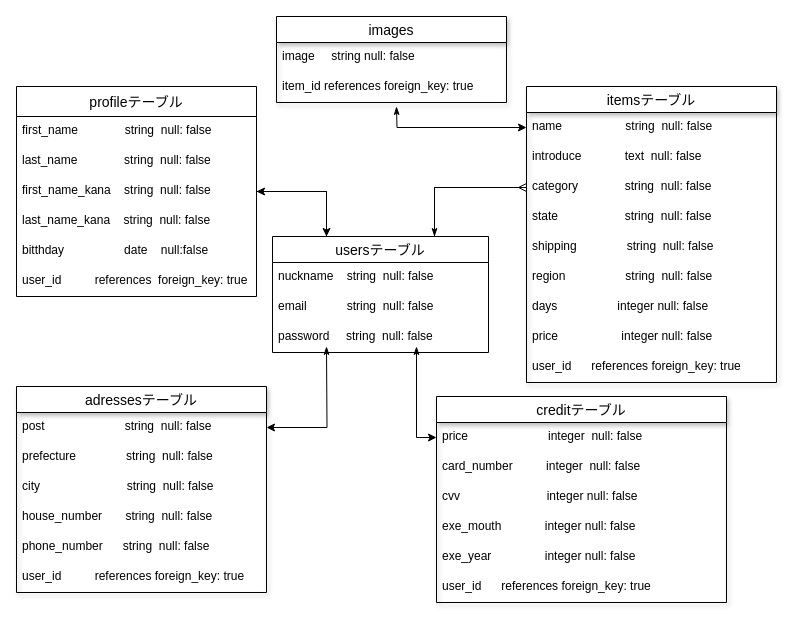
Earlier version of the draw.io diagram ER.dio (fpon/furima-34800). Source tidied: cells renumbered, new cells numbered last; positions are measured from the earlier drawing's top-left corner, leaving out a move shared by most shapes. Both pictures are drawn from the tidied source at 100%, with x=0, y=0 at pixel (16, 16).
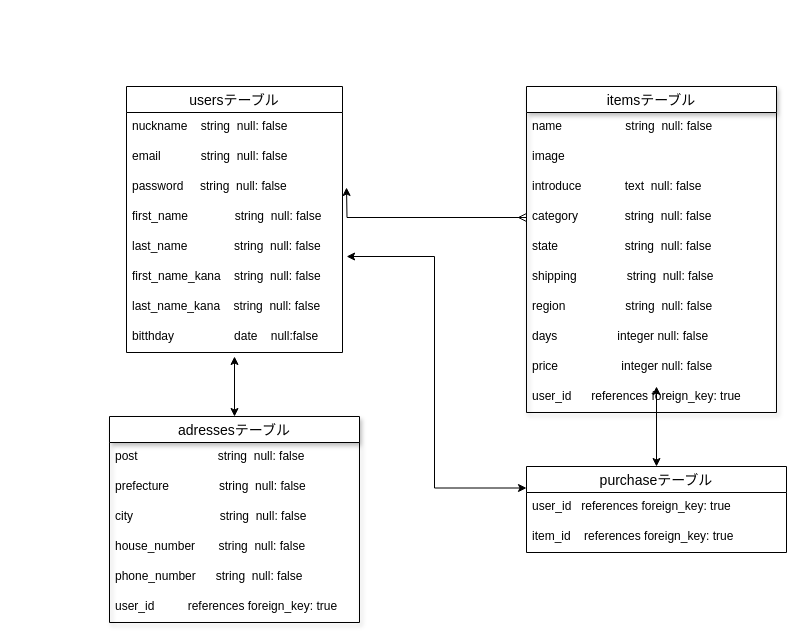
Above is the later version.

Commit message (it also covers changes not shown here):
データベース設計　修正１

The change refers to these unchanged cells:
```xml
<mxCell id="17" value="name                   string  null: false" style="text;strokeColor=none;fillColor=none;spacingLeft=4;spacingRight=4;overflow=hidden;points=[[0,0.5],[1,0.5]];portConstraint=eastwest;fontSize=12;" parent="16" vertex="1">
  <mxGeometry y="26" width="250" height="30" as="geometry" />
</mxCell>
<mxCell id="28" value="post                        string  null: false" style="text;strokeColor=none;fillColor=none;spacingLeft=4;spacingRight=4;overflow=hidden;points=[[0,0.5],[1,0.5]];portConstraint=eastwest;fontSize=12;" parent="27" vertex="1">
  <mxGeometry y="26" width="250" height="30" as="geometry" />
</mxCell>
```

Change to the diagram source:
```diff
@@
-    <mxCell id="2" value="profileテーブル" style="swimlane;fontStyle=0;horizontal=1;startSize=30;align=center;fontSize=14;" parent="1" vertex="1">
-      <mxGeometry y="70" width="240" height="210" as="geometry" />
-    </mxCell>
+    <mxCell id="11" value="usersテーブル" style="swimlane;fontStyle=0;horizontal=1;startSize=26;align=center;fontSize=14;" parent="1" vertex="1">
+      <mxGeometry x="110" y="70" width="216" height="266" as="geometry" />
+    </mxCell>
+    <mxCell id="12" value="nuckname    string  null: false" style="text;strokeColor=none;fillColor=none;spacingLeft=4;spacingRight=4;overflow=hidden;fontSize=12;" parent="11" vertex="1">
+      <mxGeometry y="26" width="216" height="30" as="geometry" />
+    </mxCell>
+    <mxCell id="13" value="email            string  null: false" style="text;strokeColor=none;fillColor=none;spacingLeft=4;spacingRight=4;overflow=hidden;fontSize=12;" parent="11" vertex="1">
+      <mxGeometry y="56" width="216" height="30" as="geometry" />
+    </mxCell>
+    <mxCell id="14" value="password     string  null: false" style="text;strokeColor=none;fillColor=none;spacingLeft=4;spacingRight=4;overflow=hidden;fontSize=12;" parent="11" vertex="1">
+      <mxGeometry y="86" width="216" height="30" as="geometry" />
+    </mxCell>
-    <mxCell id="3" value="first_name              string  null: false" style="text;strokeColor=none;fillColor=none;spacingLeft=4;spacingRight=4;overflow=hidden;fontSize=12;" parent="2" vertex="1">
-      <mxGeometry y="30" width="240" height="30" as="geometry" />
+    <mxCell id="3" value="first_name              string  null: false" style="text;strokeColor=none;fillColor=none;spacingLeft=4;spacingRight=4;overflow=hidden;fontSize=12;" parent="11" vertex="1">
+      <mxGeometry y="116" width="216" height="30" as="geometry" />
     </mxCell>
-    <mxCell id="4" value="last_name              string  null: false" style="text;strokeColor=none;fillColor=none;spacingLeft=4;spacingRight=4;overflow=hidden;points=[[0,0.5],[1,0.5]];portConstraint=eastwest;fontSize=12;" parent="2" vertex="1">
-      <mxGeometry y="60" width="240" height="30" as="geometry" />
+    <mxCell id="4" value="last_name              string  null: false" style="text;strokeColor=none;fillColor=none;spacingLeft=4;spacingRight=4;overflow=hidden;points=[[0,0.5],[1,0.5]];portConstraint=eastwest;fontSize=12;" parent="11" vertex="1">
+      <mxGeometry y="146" width="216" height="30" as="geometry" />
     </mxCell>
-    <mxCell id="5" value="first_name_kana    string  null: false" style="text;strokeColor=none;fillColor=none;spacingLeft=4;spacingRight=4;overflow=hidden;points=[[0,0.5],[1,0.5]];portConstraint=eastwest;fontSize=12;" parent="2" vertex="1">
-      <mxGeometry y="90" width="240" height="30" as="geometry" />
+    <mxCell id="5" value="first_name_kana    string  null: false" style="text;strokeColor=none;fillColor=none;spacingLeft=4;spacingRight=4;overflow=hidden;points=[[0,0.5],[1,0.5]];portConstraint=eastwest;fontSize=12;" parent="11" vertex="1">
+      <mxGeometry y="176" width="216" height="30" as="geometry" />
     </mxCell>
-    <mxCell id="6" value="last_name_kana    string  null: false" style="text;strokeColor=none;fillColor=none;spacingLeft=4;spacingRight=4;overflow=hidden;fontSize=12;startSize=30;" parent="2" vertex="1">
-      <mxGeometry y="120" width="240" height="30" as="geometry" />
+    <mxCell id="6" value="last_name_kana    string  null: false" style="text;strokeColor=none;fillColor=none;spacingLeft=4;spacingRight=4;overflow=hidden;fontSize=12;startSize=30;" parent="11" vertex="1">
+      <mxGeometry y="206" width="216" height="30" as="geometry" />
     </mxCell>
-    <mxCell id="7" value="bitthday                  date    null:false&#10;" style="text;strokeColor=none;fillColor=none;spacingLeft=4;spacingRight=4;overflow=hidden;fontSize=12;startSize=30;shadow=1;" parent="2" vertex="1">
-      <mxGeometry y="150" width="240" height="30" as="geometry" />
+    <mxCell id="7" value="bitthday                  date    null:false&#10;" style="text;strokeColor=none;fillColor=none;spacingLeft=4;spacingRight=4;overflow=hidden;fontSize=12;startSize=30;shadow=1;" parent="11" vertex="1">
+      <mxGeometry y="236" width="216" height="30" as="geometry" />
     </mxCell>
-    <mxCell id="8" value="user_id          references  foreign_key: true&#10; " style="text;strokeColor=none;fillColor=none;spacingLeft=4;spacingRight=4;overflow=hidden;fontSize=12;startSize=30;" parent="2" vertex="1">
-      <mxGeometry y="180" width="240" height="30" as="geometry" />
-    </mxCell>
-    <mxCell id="9" style="edgeStyle=orthogonalEdgeStyle;rounded=0;jettySize=auto;html=1;exitX=0.25;exitY=0;exitDx=0;exitDy=0;entryX=1;entryY=0.5;entryDx=0;entryDy=0;startSize=30;fontSize=14;" parent="1" edge="1" source="11" target="5">
-      <mxGeometry relative="1" as="geometry" />
-    </mxCell>
-    <mxCell id="10" style="edgeStyle=orthogonalEdgeStyle;rounded=0;jettySize=auto;html=1;exitX=0.75;exitY=0;exitDx=0;exitDy=0;entryX=0;entryY=0.5;entryDx=0;entryDy=0;startSize=30;fontSize=14;endArrow=ERmany;endFill=0;" parent="1" edge="1" source="11" target="19">
-      <mxGeometry relative="1" as="geometry" />
-    </mxCell>
-    <mxCell id="11" value="usersテーブル" style="swimlane;fontStyle=0;horizontal=1;startSize=26;align=center;fontSize=14;" parent="1" vertex="1">
-      <mxGeometry x="256" y="220" width="216" height="116" as="geometry" />
-    </mxCell>
-    <mxCell id="12" value="nuckname    string  null: false" style="text;strokeColor=none;fillColor=none;spacingLeft=4;spacingRight=4;overflow=hidden;fontSize=12;" parent="11" vertex="1">
-      <mxGeometry y="26" width="216" height="30" as="geometry" />
-    </mxCell>
-    <mxCell id="13" value="email            string  null: false" style="text;strokeColor=none;fillColor=none;spacingLeft=4;spacingRight=4;overflow=hidden;fontSize=12;" parent="11" vertex="1">
-      <mxGeometry y="56" width="216" height="30" as="geometry" />
-    </mxCell>
-    <mxCell id="14" value="password     string  null: false" style="text;strokeColor=none;fillColor=none;spacingLeft=4;spacingRight=4;overflow=hidden;fontSize=12;" parent="11" vertex="1">
-      <mxGeometry y="86" width="216" height="30" as="geometry" />
-    </mxCell>
-    <mxCell id="15" style="edgeStyle=orthogonalEdgeStyle;rounded=0;jettySize=auto;html=1;exitX=1;exitY=0.5;exitDx=0;exitDy=0;entryX=0.25;entryY=0;entryDx=0;entryDy=0;" parent="1" edge="1" source="5" target="11">
-      <mxGeometry relative="1" as="geometry" />
-    </mxCell>
     <mxCell id="16" value="itemsテーブル" style="swimlane;fontStyle=0;horizontal=1;startSize=26;align=center;fontSize=14;shadow=1;" parent="1" vertex="1">
-      <mxGeometry x="510" y="70" width="250" height="296" as="geometry" />
+      <mxGeometry x="510" y="70" width="250" height="326" as="geometry" />
     </mxCell>
@@
+    <mxCell id="47" value="image" style="text;strokeColor=none;fillColor=none;spacingLeft=4;spacingRight=4;overflow=hidden;fontSize=12;" parent="16" vertex="1">
+      <mxGeometry y="56" width="250" height="30" as="geometry" />
+    </mxCell>
     <mxCell id="18" value="introduce             text  null: false" style="text;strokeColor=none;fillColor=none;spacingLeft=4;spacingRight=4;overflow=hidden;fontSize=12;" parent="16" vertex="1">
-      <mxGeometry y="56" width="250" height="30" as="geometry" />
+      <mxGeometry y="86" width="250" height="30" as="geometry" />
     </mxCell>
     <mxCell id="19" value="category              string  null: false" style="text;strokeColor=none;fillColor=none;spacingLeft=4;spacingRight=4;overflow=hidden;points=[[0,0.5],[1,0.5]];portConstraint=eastwest;fontSize=12;shadow=1;startSize=30;" parent="16" vertex="1">
-      <mxGeometry y="86" width="250" height="30" as="geometry" />
+      <mxGeometry y="116" width="250" height="30" as="geometry" />
     </mxCell>
     <mxCell id="20" value="state                    string  null: false" style="text;strokeColor=none;fillColor=none;spacingLeft=4;spacingRight=4;overflow=hidden;fontSize=12;shadow=1;startSize=30;" parent="16" vertex="1">
-      <mxGeometry y="116" width="250" height="30" as="geometry" />
+      <mxGeometry y="146" width="250" height="30" as="geometry" />
     </mxCell>
     <mxCell id="21" value="shipping               string  null: false" style="text;strokeColor=none;fillColor=none;spacingLeft=4;spacingRight=4;overflow=hidden;fontSize=12;shadow=1;startSize=30;" parent="16" vertex="1">
-      <mxGeometry y="146" width="250" height="30" as="geometry" />
+      <mxGeometry y="176" width="250" height="30" as="geometry" />
     </mxCell>
     <mxCell id="22" value="region                  string  null: false" style="text;strokeColor=none;fillColor=none;spacingLeft=4;spacingRight=4;overflow=hidden;fontSize=12;shadow=1;startSize=30;" parent="16" vertex="1">
-      <mxGeometry y="176" width="250" height="30" as="geometry" />
+      <mxGeometry y="206" width="250" height="30" as="geometry" />
     </mxCell>
     <mxCell id="23" value="days                  integer null: false&#10;                  " style="text;strokeColor=none;fillColor=none;spacingLeft=4;spacingRight=4;overflow=hidden;fontSize=12;shadow=1;startSize=30;" parent="16" vertex="1">
-      <mxGeometry y="206" width="250" height="30" as="geometry" />
+      <mxGeometry y="236" width="250" height="30" as="geometry" />
     </mxCell>
     <mxCell id="24" value="price                   integer null: false" style="text;strokeColor=none;fillColor=none;spacingLeft=4;spacingRight=4;overflow=hidden;fontSize=12;shadow=1;startSize=30;" parent="16" vertex="1">
-      <mxGeometry y="236" width="250" height="30" as="geometry" />
+      <mxGeometry y="266" width="250" height="30" as="geometry" />
     </mxCell>
     <mxCell id="25" value="user_id      references foreign_key: true" style="text;strokeColor=none;fillColor=none;spacingLeft=4;spacingRight=4;overflow=hidden;fontSize=12;shadow=1;startSize=30;" parent="16" vertex="1">
-      <mxGeometry y="266" width="250" height="30" as="geometry" />
+      <mxGeometry y="296" width="250" height="30" as="geometry" />
     </mxCell>
-    <mxCell id="26" style="edgeStyle=orthogonalEdgeStyle;rounded=0;jettySize=auto;html=1;exitX=0;exitY=0.5;exitDx=0;exitDy=0;entryX=0.75;entryY=0;entryDx=0;entryDy=0;endArrow=classicThin;endFill=1;fontSize=14;" parent="1" edge="1" source="19" target="11">
-      <mxGeometry relative="1" as="geometry" />
-    </mxCell>
+    <mxCell id="48" style="edgeStyle=orthogonalEdgeStyle;rounded=0;jettySize=auto;html=1;exitX=0.5;exitY=0;exitDx=0;exitDy=0;startArrow=classic;startFill=1;" parent="1" edge="1" source="27">
+      <mxGeometry relative="1" as="geometry">
+        <mxPoint x="218" y="340" as="targetPoint" />
+      </mxGeometry>
+    </mxCell>
     <mxCell id="27" value="adressesテーブル" style="swimlane;fontStyle=0;horizontal=1;startSize=26;align=center;fontSize=14;shadow=1;" parent="1" vertex="1">
-      <mxGeometry y="370" width="250" height="206" as="geometry" />
+      <mxGeometry x="93" y="400" width="250" height="206" as="geometry" />
     </mxCell>
@@
-    <mxCell id="34" value="creditテーブル" style="swimlane;fontStyle=0;horizontal=1;startSize=26;align=center;fontSize=14;shadow=1;" parent="1" vertex="1">
-      <mxGeometry x="420" y="380" width="290" height="206" as="geometry" />
-    </mxCell>
-    <mxCell id="35" value="price                        integer  null: false" style="text;strokeColor=none;fillColor=none;spacingLeft=4;spacingRight=4;overflow=hidden;points=[[0,0.5],[1,0.5]];portConstraint=eastwest;fontSize=12;" parent="34" vertex="1">
-      <mxGeometry y="26" width="290" height="30" as="geometry" />
-    </mxCell>
-    <mxCell id="36" value="card_number          integer  null: false" style="text;strokeColor=none;fillColor=none;spacingLeft=4;spacingRight=4;overflow=hidden;fontSize=12;" parent="34" vertex="1">
-      <mxGeometry y="56" width="290" height="30" as="geometry" />
-    </mxCell>
-    <mxCell id="37" value="cvv                          integer null: false" style="text;strokeColor=none;fillColor=none;spacingLeft=4;spacingRight=4;overflow=hidden;fontSize=12;" parent="34" vertex="1">
-      <mxGeometry y="86" width="290" height="30" as="geometry" />
-    </mxCell>
-    <mxCell id="38" value="exe_mouth             integer null: false&#10; " style="text;strokeColor=none;fillColor=none;spacingLeft=4;spacingRight=4;overflow=hidden;fontSize=12;shadow=1;startSize=30;" parent="34" vertex="1">
-      <mxGeometry y="116" width="290" height="30" as="geometry" />
-    </mxCell>
-    <mxCell id="39" value="exe_year                integer null: false" style="text;strokeColor=none;fillColor=none;spacingLeft=4;spacingRight=4;overflow=hidden;fontSize=12;shadow=1;startSize=30;" parent="34" vertex="1">
-      <mxGeometry y="146" width="290" height="30" as="geometry" />
-    </mxCell>
-    <mxCell id="40" value="user_id      references foreign_key: true" style="text;strokeColor=none;fillColor=none;spacingLeft=4;spacingRight=4;overflow=hidden;fontSize=12;shadow=1;startSize=30;" parent="34" vertex="1">
-      <mxGeometry y="176" width="290" height="30" as="geometry" />
-    </mxCell>
-    <mxCell id="41" style="edgeStyle=orthogonalEdgeStyle;rounded=0;jettySize=auto;html=1;exitX=0;exitY=0.5;exitDx=0;exitDy=0;endArrow=classicThin;endFill=1;fontSize=14;startArrow=classic;startFill=1;" parent="1" edge="1" source="35">
-      <mxGeometry relative="1" as="geometry">
-        <mxPoint x="400" y="330" as="targetPoint" />
-      </mxGeometry>
-    </mxCell>
-    <mxCell id="42" style="edgeStyle=orthogonalEdgeStyle;rounded=0;jettySize=auto;html=1;exitX=1;exitY=0.5;exitDx=0;exitDy=0;endArrow=classicThin;endFill=1;fontSize=14;startArrow=classic;startFill=1;" parent="1" edge="1" source="28">
-      <mxGeometry relative="1" as="geometry">
-        <mxPoint x="310" y="330" as="targetPoint" />
-      </mxGeometry>
-    </mxCell>
-    <mxCell id="43" value="images" style="swimlane;fontStyle=0;horizontal=1;startSize=26;align=center;fontSize=14;shadow=1;" parent="1" vertex="1">
-      <mxGeometry x="260" width="230" height="86" as="geometry" />
-    </mxCell>
-    <mxCell id="44" value="image     string null: false" style="text;strokeColor=none;fillColor=none;spacingLeft=4;spacingRight=4;overflow=hidden;fontSize=12;" parent="43" vertex="1">
-      <mxGeometry y="26" width="230" height="30" as="geometry" />
-    </mxCell>
+    <mxCell id="49" style="edgeStyle=orthogonalEdgeStyle;rounded=0;jettySize=auto;html=1;exitX=0.5;exitY=0;exitDx=0;exitDy=0;startArrow=classic;startFill=1;" parent="1" edge="1" source="51">
+      <mxGeometry relative="1" as="geometry">
+        <mxPoint x="640" y="370" as="targetPoint" />
+      </mxGeometry>
+    </mxCell>
+    <mxCell id="50" style="edgeStyle=orthogonalEdgeStyle;rounded=0;jettySize=auto;html=1;exitX=0;exitY=0.25;exitDx=0;exitDy=0;entryX=1.019;entryY=0.8;entryDx=0;entryDy=0;entryPerimeter=0;startArrow=classic;startFill=1;" parent="1" edge="1" source="51" target="4">
+      <mxGeometry relative="1" as="geometry" />
+    </mxCell>
+    <mxCell id="51" value="purchaseテーブル" style="swimlane;fontStyle=0;horizontal=1;startSize=26;align=center;fontSize=14;" parent="1" vertex="1">
+      <mxGeometry x="510" y="450" width="260" height="86" as="geometry" />
+    </mxCell>
+    <mxCell id="52" value="user_id   references foreign_key: true" style="text;strokeColor=none;fillColor=none;spacingLeft=4;spacingRight=4;overflow=hidden;fontSize=12;" parent="51" vertex="1">
+      <mxGeometry y="26" width="260" height="30" as="geometry" />
+    </mxCell>
-    <mxCell id="45" value="item_id references foreign_key: true" style="text;strokeColor=none;fillColor=none;spacingLeft=4;spacingRight=4;overflow=hidden;fontSize=12;" parent="43" vertex="1">
-      <mxGeometry y="56" width="230" height="30" as="geometry" />
+    <mxCell id="45" value="item_id    references foreign_key: true" style="text;strokeColor=none;fillColor=none;spacingLeft=4;spacingRight=4;overflow=hidden;fontSize=12;" parent="51" vertex="1">
+      <mxGeometry y="56" width="260" height="30" as="geometry" />
     </mxCell>
-    <mxCell id="46" style="edgeStyle=orthogonalEdgeStyle;rounded=0;jettySize=auto;html=1;exitX=0;exitY=0.5;exitDx=0;exitDy=0;startArrow=classic;startFill=1;endArrow=classicThin;endFill=1;fontSize=14;" parent="1" edge="1" source="17">
-      <mxGeometry relative="1" as="geometry">
-        <mxPoint x="380" y="90" as="targetPoint" />
-      </mxGeometry>
-    </mxCell>
+    <mxCell id="53" style="edgeStyle=orthogonalEdgeStyle;rounded=0;jettySize=auto;html=1;exitX=0;exitY=0.5;exitDx=0;exitDy=0;startArrow=ERmany;startFill=0;" parent="1" edge="1" source="19">
+      <mxGeometry relative="1" as="geometry">
+        <mxPoint x="330" y="171" as="targetPoint" />
+      </mxGeometry>
+    </mxCell>
```
